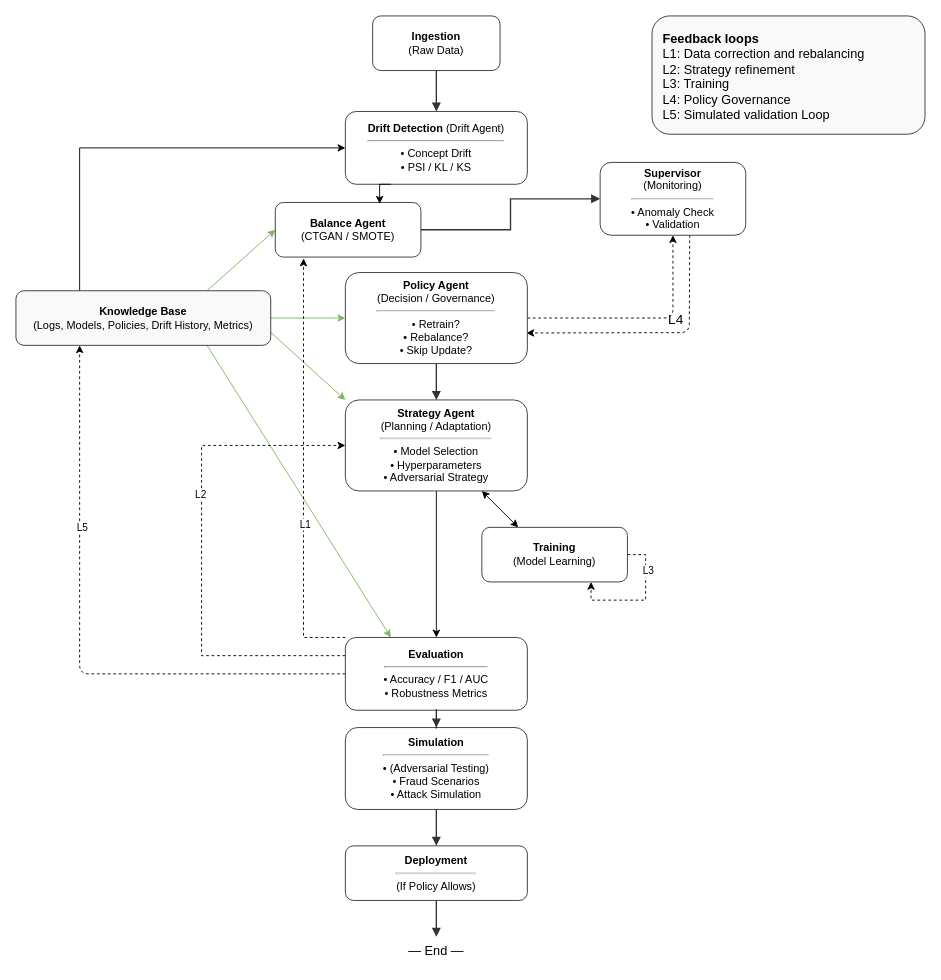
Above: Agentic_Architecture.drawio in ajaysathvik/final-year (draw.io), before the change. Source tidied: cells renumbered, new cells numbered last; positions are measured from the earlier drawing's top-left corner, leaving out a move shared by most shapes. Both pictures are drawn from the tidied source at 91%, with x=0, y=0 at pixel (15, 15).
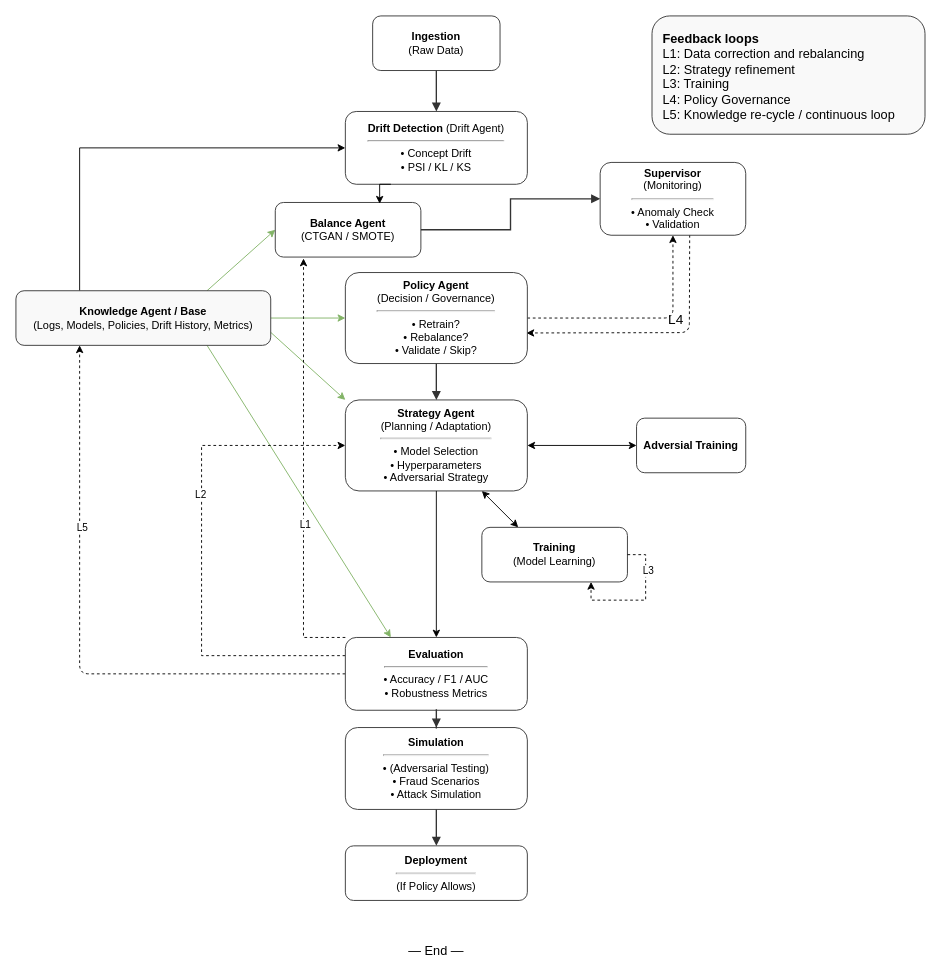
The same page after the edit.

The change refers to these unchanged cells:
```xml
<mxCell id="17" value="&lt;b&gt;Strategy Agent&lt;/b&gt;&lt;br&gt;(Planning / Adaptation)&lt;hr&gt;&amp;bull; Model Selection&lt;br&gt;&amp;bull; Hyperparameters&lt;br&gt;&amp;bull; Adversarial Strategy" style="rounded=1;whiteSpace=wrap;html=1;fillColor=#ffffff;strokeColor=#333333;fontFamily=Helvetica;fontSize=12;" parent="1" vertex="1">
  <mxGeometry x="362" y="422" width="200" height="100" as="geometry" />
</mxCell>
<mxCell id="24" value="&lt;b&gt;Evaluation&lt;/b&gt;&lt;hr&gt;• Accuracy / F1 / AUC&lt;br&gt;• Robustness Metrics" style="rounded=1;whiteSpace=wrap;html=1;fillColor=#ffffff;strokeColor=#333333;fontFamily=Helvetica;fontSize=12;" parent="1" vertex="1">
  <mxGeometry x="362" y="683" width="200" height="80" as="geometry" />
</mxCell>
<mxCell id="26" value="&lt;b&gt;Deployment&lt;/b&gt;&lt;hr&gt;(If Policy Allows)" style="rounded=1;whiteSpace=wrap;html=1;fillColor=#ffffff;strokeColor=#333333;fontFamily=Helvetica;fontSize=12;" parent="1" vertex="1">
  <mxGeometry x="362" y="912" width="200" height="60" as="geometry" />
</mxCell>
<mxCell id="27" value="&amp;mdash; End &amp;mdash;" style="text;html=1;strokeColor=none;fillColor=none;align=center;verticalAlign=middle;whiteSpace=wrap;rounded=0;fontFamily=Helvetica;fontSize=14;" parent="1" vertex="1">
  <mxGeometry x="422" y="1012" width="80" height="30" as="geometry" />
</mxCell>
```

The edit, as a diff of the source:
```diff
@@
-    <mxCell id="7" value="&lt;b&gt;Knowledge Base&lt;/b&gt;&lt;br&gt;(Logs, Models, Policies, Drift History, Metrics)" style="rounded=1;whiteSpace=wrap;html=1;fillColor=#f9f9f9;strokeColor=#333333;fontFamily=Helvetica;fontSize=12;" parent="1" vertex="1">
+    <mxCell id="7" value="&lt;b&gt;Knowledge Agent / Base&lt;/b&gt;&lt;br&gt;(Logs, Models, Policies, Drift History, Metrics)" style="rounded=1;whiteSpace=wrap;html=1;fillColor=#f9f9f9;strokeColor=#333333;fontFamily=Helvetica;fontSize=12;" parent="1" vertex="1">
       <mxGeometry y="302" width="280" height="60" as="geometry" />
     </mxCell>
@@
-    <mxCell id="14" value="&lt;b&gt;Policy Agent&lt;/b&gt;&lt;br&gt;(Decision / Governance)&lt;hr&gt;&amp;bull; Retrain?&lt;br&gt;&amp;bull; Rebalance?&lt;br&gt;&amp;bull; Skip Update?" style="rounded=1;whiteSpace=wrap;html=1;fillColor=#ffffff;strokeColor=#333333;fontFamily=Helvetica;fontSize=12;" parent="1" vertex="1">
+    <mxCell id="14" value="&lt;b&gt;Policy Agent&lt;/b&gt;&lt;br&gt;(Decision / Governance)&lt;hr&gt;&amp;bull; Retrain?&lt;br&gt;&amp;bull; Rebalance?&lt;br&gt;&amp;bull; Validate / Skip?" style="rounded=1;whiteSpace=wrap;html=1;fillColor=#ffffff;strokeColor=#333333;fontFamily=Helvetica;fontSize=12;" parent="1" vertex="1">
       <mxGeometry x="362" y="282" width="200" height="100" as="geometry" />
     </mxCell>
@@
-    <mxCell id="16" style="edgeStyle=none;html=1;exitX=0.5;exitY=1;exitDx=0;exitDy=0;entryX=0.5;entryY=0;entryDx=0;entryDy=0;" parent="1" edge="1" source="17" target="24">
-      <mxGeometry relative="1" as="geometry" />
-    </mxCell>
+    <mxCell id="40" style="edgeStyle=none;html=1;startArrow=classic;startFill=1;" parent="1" edge="1" source="17" target="41">
+      <mxGeometry relative="1" as="geometry" />
+    </mxCell>
@@
+    <mxCell id="16" style="edgeStyle=none;html=1;entryX=0.5;entryY=0;entryDx=0;entryDy=0;exitX=0.5;exitY=1;exitDx=0;exitDy=0;" parent="1" edge="1" source="17" target="24">
+      <mxGeometry relative="1" as="geometry" />
+    </mxCell>
@@
-    <mxCell id="33" style="edgeStyle=orthogonalEdgeStyle;rounded=0;jettySize=auto;html=1;strokeColor=#333333;strokeWidth=1.5;endArrow=block;endFill=1;" parent="1" edge="1" source="26" target="27">
-      <mxGeometry relative="1" as="geometry" />
-    </mxCell>
-    <mxCell id="34" value="&lt;span style=&quot;background-color: initial;&quot;&gt;&lt;b&gt;Feedback loops&lt;br&gt;&lt;/b&gt;L1: Data correction and rebalancing&lt;/span&gt;&lt;div style=&quot;text-align:left&quot;&gt;L2: Strategy refinement&lt;br&gt;L3: Training&lt;br&gt;L4: Policy Governance&lt;br&gt;L5: Simulated validation Loop&lt;/div&gt;" style="text;html=1;strokeColor=#333333;fillColor=#f9f9f9;align=left;verticalAlign=top;whiteSpace=wrap;rounded=1;fontFamily=Helvetica;fontSize=14;spacingLeft=10;spacingTop=10;" parent="1" vertex="1">
+    <mxCell id="34" value="&lt;span style=&quot;background-color: initial;&quot;&gt;&lt;b&gt;Feedback loops&lt;br&gt;&lt;/b&gt;L1: Data correction and rebalancing&lt;/span&gt;&lt;div style=&quot;text-align:left&quot;&gt;L2: Strategy refinement&lt;br&gt;L3: Training&lt;br&gt;L4: Policy Governance&lt;br&gt;L5: Knowledge re-cycle / continuous loop&lt;/div&gt;" style="text;html=1;strokeColor=#333333;fillColor=#f9f9f9;align=left;verticalAlign=top;whiteSpace=wrap;rounded=1;fontFamily=Helvetica;fontSize=14;spacingLeft=10;spacingTop=10;" parent="1" vertex="1">
       <mxGeometry x="699" width="300" height="130" as="geometry" />
     </mxCell>
@@
+    <mxCell id="41" value="&lt;b&gt;Adversial Training&lt;/b&gt;" style="whiteSpace=wrap;html=1;fillColor=#ffffff;strokeColor=#333333;rounded=1;" parent="1" vertex="1">
+      <mxGeometry x="682" y="442" width="120" height="60" as="geometry" />
+    </mxCell>
```
